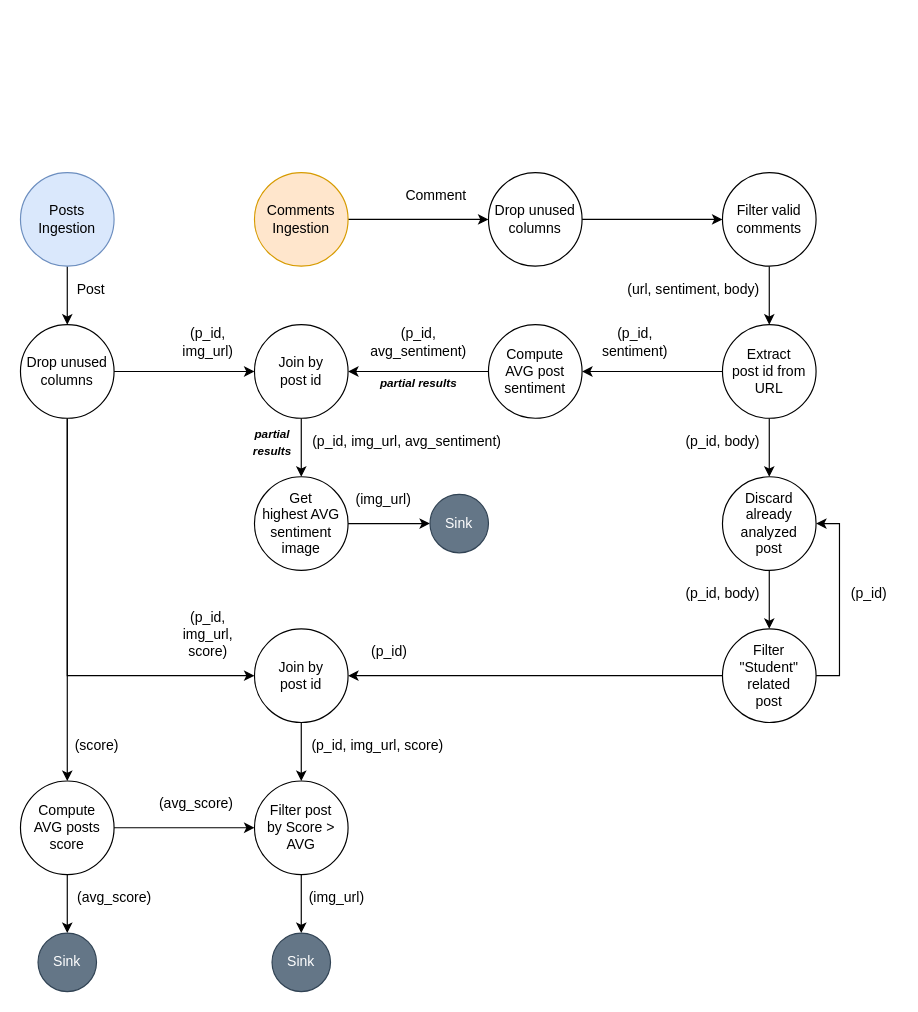
The draw.io diagram TP2/docs/diagrams/DAG.drawio in mauro7x/distribuidos, before the edit. Source tidied: cells renumbered, new cells numbered last; positions are measured from the earlier drawing's top-left corner, leaving out a move shared by most shapes. Both pictures are drawn from the tidied source at 117%, with x=0, y=0 at pixel (20, 172).
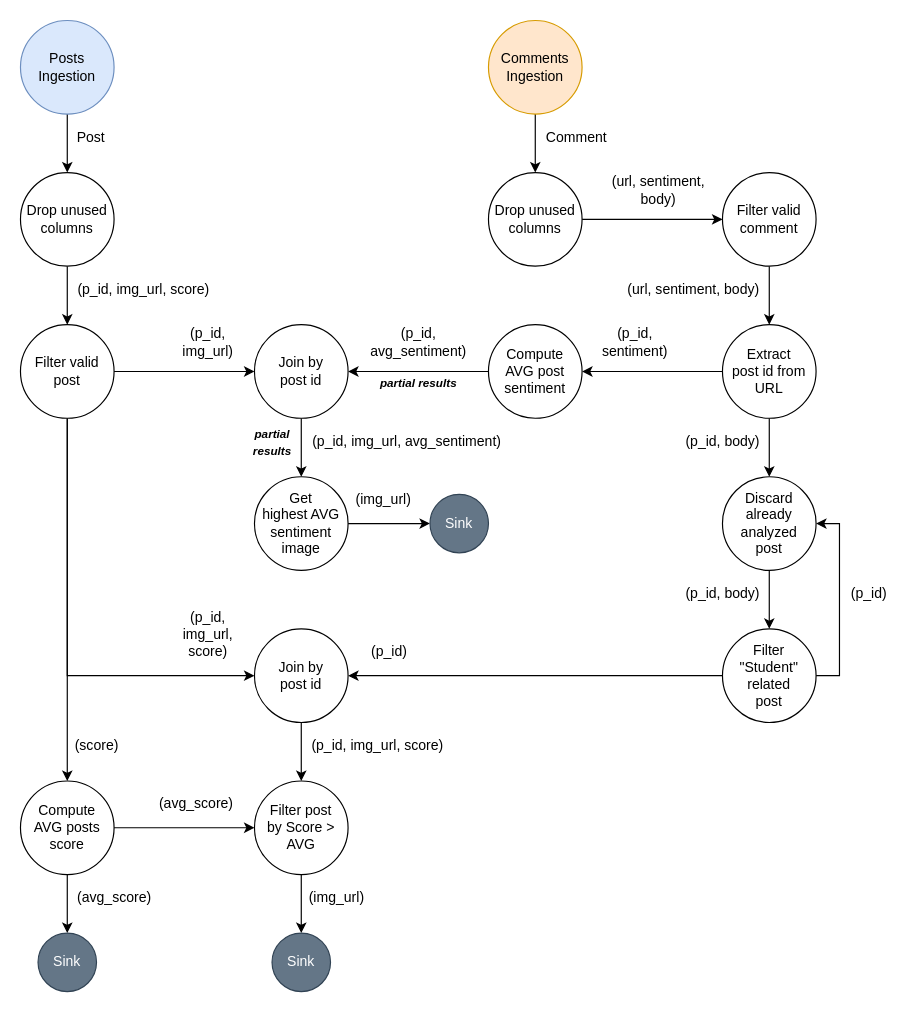
The same page after the edit.

The edit, as a diff of the source:
```diff
@@
-    <mxCell id="2" style="edgeStyle=orthogonalEdgeStyle;rounded=0;jettySize=auto;html=1;" parent="1" edge="1" source="3" target="16">
-      <mxGeometry relative="1" as="geometry" />
-    </mxCell>
+    <mxCell id="58" style="edgeStyle=orthogonalEdgeStyle;rounded=0;jettySize=auto;html=1;" parent="1" edge="1" source="3" target="60">
+      <mxGeometry relative="1" as="geometry" />
+    </mxCell>
     <mxCell id="3" value="Posts&lt;br&gt;Ingestion" style="ellipse;whiteSpace=wrap;html=1;fillColor=#dae8fc;strokeColor=#6c8ebf;" parent="1" vertex="1">
-      <mxGeometry width="80" height="80" as="geometry" />
+      <mxGeometry y="-130" width="80" height="80" as="geometry" />
     </mxCell>
     <mxCell id="4" value="Post" style="text;html=1;align=center;verticalAlign=middle;strokeColor=none;fillColor=none;fontStyle=0;" parent="1" vertex="1">
-      <mxGeometry x="40" y="90" width="40" height="20" as="geometry" />
+      <mxGeometry x="40" y="-40" width="40" height="20" as="geometry" />
     </mxCell>
@@
     <mxCell id="6" value="Comments Ingestion" style="ellipse;whiteSpace=wrap;html=1;fillColor=#ffe6cc;strokeColor=#d79b00;" parent="1" vertex="1">
-      <mxGeometry x="200" width="80" height="80" as="geometry" />
+      <mxGeometry x="400" y="-130" width="80" height="80" as="geometry" />
     </mxCell>
@@
-    <mxCell id="8" value="Filter valid comments" style="ellipse;whiteSpace=wrap;html=1;" parent="1" vertex="1">
+    <mxCell id="8" value="Filter valid comment" style="ellipse;whiteSpace=wrap;html=1;" parent="1" vertex="1">
       <mxGeometry x="600" width="80" height="80" as="geometry" />
     </mxCell>
     <mxCell id="9" value="Comment" style="text;html=1;align=center;verticalAlign=middle;strokeColor=none;fillColor=none;" parent="1" vertex="1">
-      <mxGeometry x="320" y="10" width="70" height="20" as="geometry" />
+      <mxGeometry x="440" y="-40" width="70" height="20" as="geometry" />
     </mxCell>
@@
-    <mxCell id="16" value="Drop unused&lt;br&gt;columns" style="ellipse;whiteSpace=wrap;html=1;" parent="1" vertex="1">
+    <mxCell id="16" value="Filter valid post" style="ellipse;whiteSpace=wrap;html=1;" parent="1" vertex="1">
       <mxGeometry y="130" width="80" height="80" as="geometry" />
     </mxCell>
@@
+    <mxCell id="59" style="edgeStyle=orthogonalEdgeStyle;rounded=0;jettySize=auto;html=1;" parent="1" edge="1" source="60" target="16">
+      <mxGeometry relative="1" as="geometry" />
+    </mxCell>
+    <mxCell id="60" value="Drop unused&lt;br&gt;columns" style="ellipse;whiteSpace=wrap;html=1;" parent="1" vertex="1">
+      <mxGeometry width="80" height="80" as="geometry" />
+    </mxCell>
+    <mxCell id="61" value="(p_id, img_url, score)" style="text;html=1;align=center;verticalAlign=middle;strokeColor=none;fillColor=none;" parent="1" vertex="1">
+      <mxGeometry x="40" y="90" width="130" height="20" as="geometry" />
+    </mxCell>
+    <mxCell id="62" value="(url, sentiment,&lt;br&gt;body)" style="text;html=1;align=center;verticalAlign=middle;strokeColor=none;fillColor=none;" parent="1" vertex="1">
+      <mxGeometry x="500" width="90" height="30" as="geometry" />
+    </mxCell>
```
